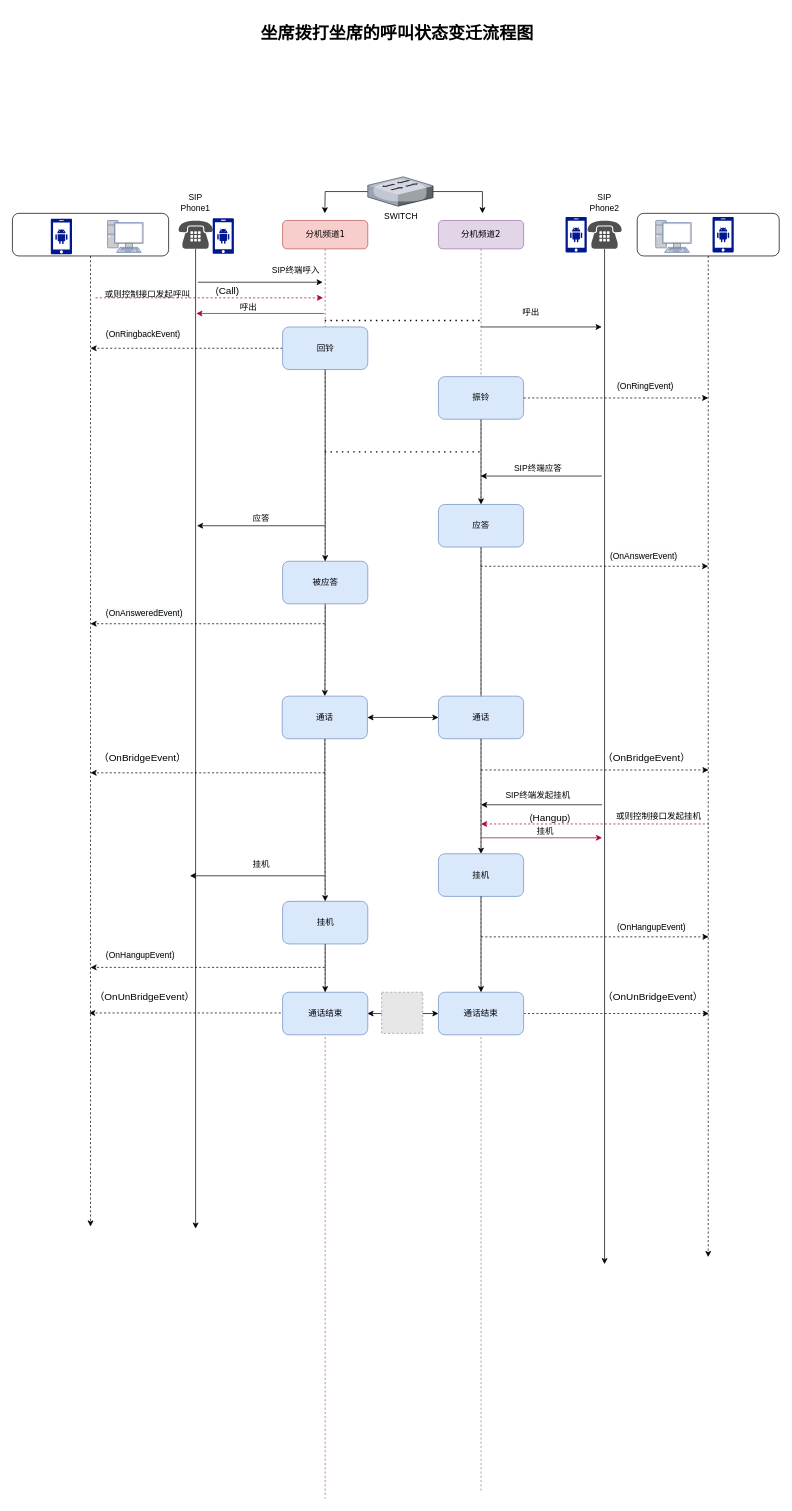
Earlier version of the draw.io diagram RCS APP/RCS-呼入状态流程图.drawio (uyuy2043/yy). Source tidied: cells renumbered, new cells numbered last; positions are measured from the earlier drawing's top-left corner, leaving out a move shared by most shapes. Both pictures are drawn from the tidied source at 71%, with x=0, y=0 at pixel (12, 19). Pictures stored in the file or linked from it are replaced by grey dashed boxes.
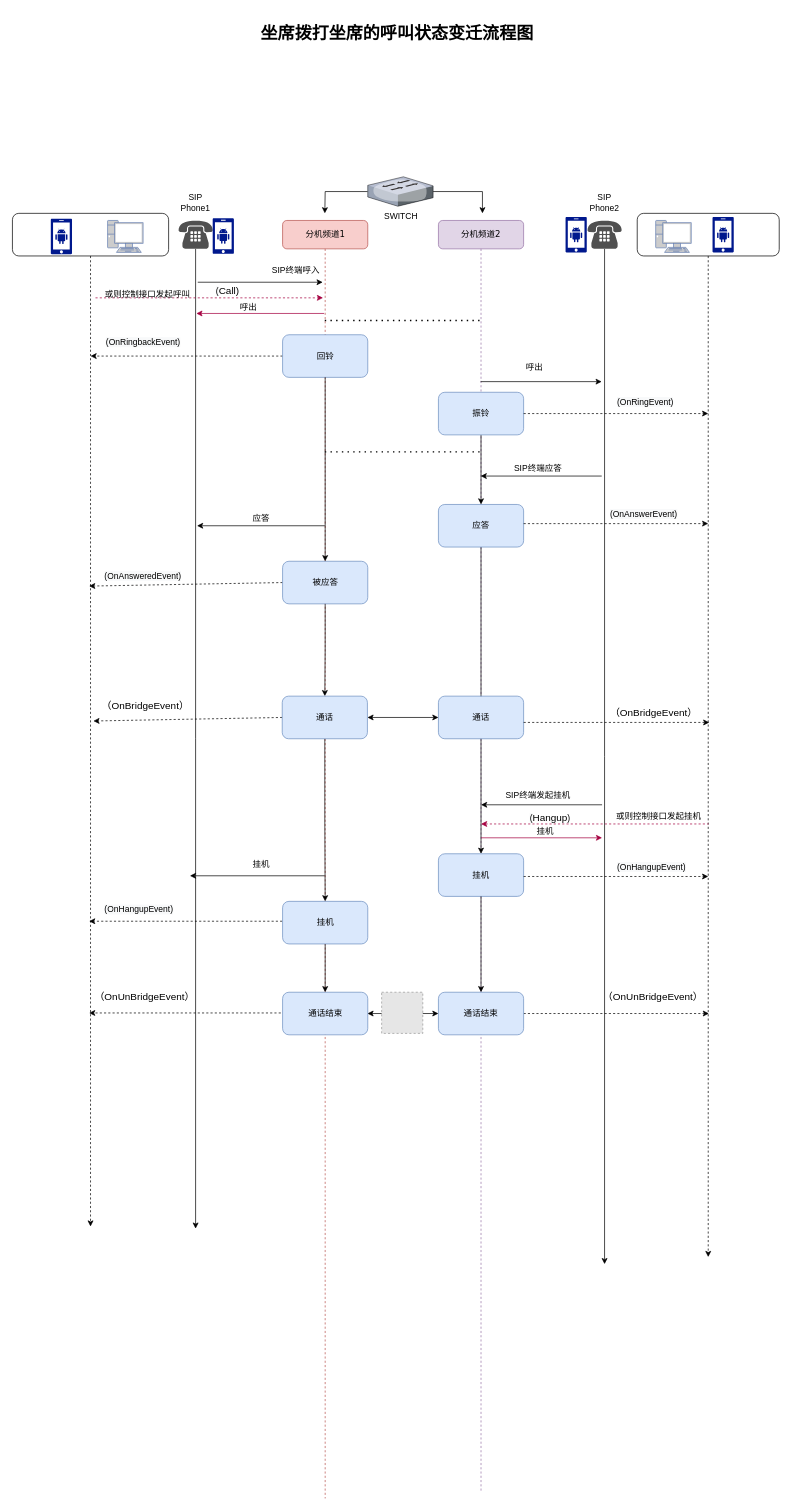
After the change.

Commit message (it also covers changes not shown here):
更新RCS-呼入状态流程图.drawio

The change refers to these unchanged cells:
```xml
<mxCell id="2" value="分机频道2" style="shape=umlLifeline;perimeter=lifelinePerimeter;whiteSpace=wrap;html=1;outlineConnect=0;rounded=1;shadow=0;comic=0;labelBackgroundColor=none;strokeWidth=1;fontFamily=Verdana;fontSize=12;align=center;fillColor=#e1d5e7;strokeColor=#9673a6;" parent="1" vertex="1">
  <mxGeometry x="600" y="283" width="120" height="1790" as="geometry" />
</mxCell>
<mxCell id="83" value="分机频道1" style="shape=umlLifeline;perimeter=lifelinePerimeter;whiteSpace=wrap;html=1;rounded=1;shadow=0;comic=0;labelBackgroundColor=none;strokeWidth=1;fontFamily=Verdana;fontSize=12;align=center;fillColor=#f8cecc;strokeColor=#b85450;" parent="1" vertex="1">
  <mxGeometry x="380.5" y="283" width="120" height="1800" as="geometry" />
</mxCell>
<mxCell id="87" value="&lt;span&gt;被应答&lt;/span&gt;" style="rounded=1;whiteSpace=wrap;html=1;fillColor=#dae8fc;strokeColor=#6c8ebf;" parent="83" vertex="1">
  <mxGeometry y="480" width="120" height="60" as="geometry" />
</mxCell>
<mxCell id="90" value="通话" style="rounded=1;whiteSpace=wrap;html=1;fillColor=#dae8fc;strokeColor=#6c8ebf;" parent="83" vertex="1">
  <mxGeometry x="-0.5" y="670" width="120" height="60" as="geometry" />
</mxCell>
```

The edit, as a diff of the source:
```diff
@@
     <mxCell id="4" value="&lt;p class=&quot;MsoNormal&quot;&gt;&lt;span style=&quot;font-size: 9.0000pt&quot;&gt;振铃&lt;/span&gt;&lt;/p&gt;" style="rounded=1;whiteSpace=wrap;html=1;fillColor=#dae8fc;strokeColor=#6c8ebf;" parent="2" vertex="1">
-      <mxGeometry y="220" width="120" height="60" as="geometry" />
+      <mxGeometry y="242" width="120" height="60" as="geometry" />
     </mxCell>
@@
-    <mxCell id="11" style="endArrow=classic;html=1;rounded=0;" parent="1" edge="1" source="2">
+    <mxCell id="11" style="endArrow=classic;html=1;rounded=0;" parent="1" edge="1">
       <mxGeometry relative="1" as="geometry">
-        <mxPoint x="830" y="433" as="targetPoint" />
+        <mxPoint x="659.4" y="510" as="sourcePoint" />
+        <mxPoint x="830" y="510" as="targetPoint" />
       </mxGeometry>
     </mxCell>
     <mxCell id="12" value="呼出" style="text;html=1;align=center;verticalAlign=middle;strokeColor=none;fillColor=none;" parent="1" vertex="1">
-      <mxGeometry x="710" y="403" width="40" height="20" as="geometry" />
+      <mxGeometry x="715" y="480" width="40" height="20" as="geometry" />
     </mxCell>
@@
     <mxCell id="17" style="edgeStyle=orthogonalEdgeStyle;rounded=0;jettySize=auto;html=1;dashed=1;" parent="1" edge="1" source="85">
       <mxGeometry relative="1" as="geometry">
-        <mxPoint x="110" y="463" as="targetPoint" />
+        <mxPoint x="110" y="474" as="targetPoint" />
       </mxGeometry>
     </mxCell>
     <mxCell id="18" value="&lt;span style=&quot;color: rgb(0, 0, 0); font-family: helvetica; font-size: 9pt; font-style: normal; font-weight: 400; letter-spacing: normal; text-align: center; text-indent: 0px; text-transform: none; word-spacing: 0px; background-color: rgb(248, 249, 250);&quot;&gt;(O&lt;/span&gt;&lt;span style=&quot;color: rgb(0, 0, 0); font-family: helvetica; font-size: 9pt; font-style: normal; font-weight: 400; letter-spacing: normal; text-align: center; text-indent: 0px; text-transform: none; word-spacing: 0px; background-color: rgb(248, 249, 250);&quot;&gt;nRingbackEvent)&lt;/span&gt;" style="text;whiteSpace=wrap;html=1;" parent="1" vertex="1">
-      <mxGeometry x="130" y="430" width="130" height="30" as="geometry" />
+      <mxGeometry x="130" y="441" width="130" height="30" as="geometry" />
     </mxCell>
     <mxCell id="19" style="edgeStyle=orthogonalEdgeStyle;rounded=0;jettySize=auto;html=1;dashed=1;" parent="1" edge="1" source="4">
       <mxGeometry relative="1" as="geometry">
-        <mxPoint x="980" y="533" as="targetPoint" />
+        <mxPoint x="980" y="555" as="targetPoint" />
       </mxGeometry>
     </mxCell>
     <mxCell id="20" value="&lt;span style=&quot;color: rgb(0 , 0 , 0) ; font-family: &amp;#34;helvetica&amp;#34; ; font-size: 9pt ; font-style: normal ; font-weight: 400 ; letter-spacing: normal ; text-align: center ; text-indent: 0px ; text-transform: none ; word-spacing: 0px ; background-color: rgb(248 , 249 , 250)&quot;&gt;(O&lt;/span&gt;&lt;span style=&quot;color: rgb(0 , 0 , 0) ; font-family: &amp;#34;helvetica&amp;#34; ; font-size: 9pt ; font-style: normal ; font-weight: 400 ; letter-spacing: normal ; text-align: center ; text-indent: 0px ; text-transform: none ; word-spacing: 0px ; background-color: rgb(248 , 249 , 250)&quot;&gt;nRingEvent)&lt;/span&gt;" style="text;whiteSpace=wrap;html=1;" parent="1" vertex="1">
-      <mxGeometry x="850" y="503" width="100" height="30" as="geometry" />
+      <mxGeometry x="850" y="525" width="100" height="30" as="geometry" />
     </mxCell>
@@
     <mxCell id="23" style="endArrow=classic;html=1;rounded=0;dashed=1;" parent="1" edge="1">
       <mxGeometry relative="1" as="geometry">
-        <mxPoint x="659.4" y="770" as="sourcePoint" />
-        <mxPoint x="980" y="770" as="targetPoint" />
+        <mxPoint x="720" y="710" as="sourcePoint" />
+        <mxPoint x="980" y="710" as="targetPoint" />
       </mxGeometry>
     </mxCell>
     <mxCell id="24" value="&lt;span style=&quot;color: rgb(0, 0, 0); font-family: helvetica; font-size: 9pt; font-style: normal; font-weight: 400; letter-spacing: normal; text-align: center; text-indent: 0px; text-transform: none; word-spacing: 0px; background-color: rgb(248, 249, 250);&quot;&gt;(&lt;/span&gt;&lt;span style=&quot;color: rgb(0, 0, 0); font-family: helvetica; font-size: 9pt; font-style: normal; font-weight: 400; letter-spacing: normal; text-align: center; text-indent: 0px; text-transform: none; word-spacing: 0px; background-color: rgb(248, 249, 250);&quot;&gt;O&lt;/span&gt;&lt;span style=&quot;color: rgb(0, 0, 0); font-family: helvetica; font-size: 9pt; font-style: normal; font-weight: 400; letter-spacing: normal; text-align: center; text-indent: 0px; text-transform: none; word-spacing: 0px; background-color: rgb(248, 249, 250);&quot;&gt;nAnswerEvent&lt;/span&gt;&lt;span style=&quot;color: rgb(0, 0, 0); font-family: helvetica; font-size: 9pt; font-style: normal; font-weight: 400; letter-spacing: normal; text-align: center; text-indent: 0px; text-transform: none; word-spacing: 0px; background-color: rgb(248, 249, 250);&quot;&gt;)&lt;/span&gt;" style="text;whiteSpace=wrap;html=1;" parent="1" vertex="1">
-      <mxGeometry x="840" y="743" width="120" height="30" as="geometry" />
+      <mxGeometry x="840" y="683" width="120" height="30" as="geometry" />
     </mxCell>
-    <mxCell id="25" style="endArrow=classic;html=1;rounded=0;dashed=1;" parent="1" edge="1">
+    <mxCell id="25" style="endArrow=classic;html=1;rounded=0;dashed=1;exitX=0;exitY=0.5;exitDx=0;exitDy=0;" parent="1" edge="1" source="87">
       <mxGeometry relative="1" as="geometry">
-        <mxPoint x="440" y="851" as="sourcePoint" />
-        <mxPoint x="110" y="851" as="targetPoint" />
+        <mxPoint x="108" y="798" as="targetPoint" />
       </mxGeometry>
     </mxCell>
     <mxCell id="26" value="&lt;span style=&quot;color: rgb(0 , 0 , 0) ; font-family: &amp;#34;helvetica&amp;#34; ; font-size: 9pt ; font-style: normal ; font-weight: 400 ; letter-spacing: normal ; text-align: center ; text-indent: 0px ; text-transform: none ; word-spacing: 0px ; background-color: rgb(248 , 249 , 250)&quot;&gt;(&lt;/span&gt;&lt;span style=&quot;color: rgb(0 , 0 , 0) ; font-family: &amp;#34;helvetica&amp;#34; ; font-size: 9pt ; font-style: normal ; font-weight: 400 ; letter-spacing: normal ; text-align: center ; text-indent: 0px ; text-transform: none ; word-spacing: 0px ; background-color: rgb(248 , 249 , 250)&quot;&gt;O&lt;/span&gt;&lt;span style=&quot;color: rgb(0 , 0 , 0) ; font-family: &amp;#34;helvetica&amp;#34; ; font-size: 9pt ; font-style: normal ; font-weight: 400 ; letter-spacing: normal ; text-align: center ; text-indent: 0px ; text-transform: none ; word-spacing: 0px ; background-color: rgb(248 , 249 , 250)&quot;&gt;nAnsweredEvent&lt;/span&gt;&lt;span style=&quot;color: rgb(0 , 0 , 0) ; font-family: &amp;#34;helvetica&amp;#34; ; font-size: 9pt ; font-style: normal ; font-weight: 400 ; letter-spacing: normal ; text-align: center ; text-indent: 0px ; text-transform: none ; word-spacing: 0px ; background-color: rgb(248 , 249 , 250)&quot;&gt;)&lt;/span&gt;" style="text;whiteSpace=wrap;html=1;" parent="1" vertex="1">
-      <mxGeometry x="130" y="823" width="170" height="30" as="geometry" />
+      <mxGeometry x="128" y="770" width="170" height="30" as="geometry" />
     </mxCell>
@@
     <mxCell id="41" style="endArrow=classic;html=1;rounded=0;dashed=1;" parent="1" edge="1">
       <mxGeometry relative="1" as="geometry">
-        <mxPoint x="660" y="1292" as="sourcePoint" />
-        <mxPoint x="980.5" y="1292" as="targetPoint" />
+        <mxPoint x="720" y="1207" as="sourcePoint" />
+        <mxPoint x="980" y="1207" as="targetPoint" />
       </mxGeometry>
     </mxCell>
     <mxCell id="42" value="&lt;span style=&quot;color: rgb(0, 0, 0); font-family: helvetica; font-size: 9pt; font-style: normal; font-weight: 400; letter-spacing: normal; text-align: center; text-indent: 0px; text-transform: none; word-spacing: 0px; background-color: rgb(248, 249, 250);&quot;&gt;(&lt;/span&gt;&lt;span style=&quot;color: rgb(0, 0, 0); font-family: helvetica; font-size: 9pt; font-style: normal; font-weight: 400; letter-spacing: normal; text-align: center; text-indent: 0px; text-transform: none; word-spacing: 0px; background-color: rgb(248, 249, 250);&quot;&gt;O&lt;/span&gt;&lt;span style=&quot;color: rgb(0, 0, 0); font-family: helvetica; font-size: 9pt; font-style: normal; font-weight: 400; letter-spacing: normal; text-align: center; text-indent: 0px; text-transform: none; word-spacing: 0px; background-color: rgb(248, 249, 250);&quot;&gt;nHangupEvent&lt;/span&gt;&lt;span style=&quot;color: rgb(0, 0, 0); font-family: helvetica; font-size: 9pt; font-style: normal; font-weight: 400; letter-spacing: normal; text-align: center; text-indent: 0px; text-transform: none; word-spacing: 0px; background-color: rgb(248, 249, 250);&quot;&gt;)&lt;/span&gt;" style="text;whiteSpace=wrap;html=1;" parent="1" vertex="1">
-      <mxGeometry x="850" y="1265" width="120" height="30" as="geometry" />
+      <mxGeometry x="849.5" y="1180" width="120" height="30" as="geometry" />
     </mxCell>
     <mxCell id="43" style="endArrow=classic;html=1;rounded=0;dashed=1;" parent="1" edge="1">
       <mxGeometry relative="1" as="geometry">
-        <mxPoint x="440" y="1335" as="sourcePoint" />
-        <mxPoint x="110" y="1335" as="targetPoint" />
+        <mxPoint x="380" y="1270" as="sourcePoint" />
+        <mxPoint x="108" y="1270" as="targetPoint" />
       </mxGeometry>
     </mxCell>
     <mxCell id="44" value="&lt;span style=&quot;color: rgb(0, 0, 0); font-family: helvetica; font-size: 9pt; font-style: normal; font-weight: 400; letter-spacing: normal; text-align: center; text-indent: 0px; text-transform: none; word-spacing: 0px; background-color: rgb(248, 249, 250);&quot;&gt;(&lt;/span&gt;&lt;span style=&quot;color: rgb(0, 0, 0); font-family: helvetica; font-size: 9pt; font-style: normal; font-weight: 400; letter-spacing: normal; text-align: center; text-indent: 0px; text-transform: none; word-spacing: 0px; background-color: rgb(248, 249, 250);&quot;&gt;O&lt;/span&gt;&lt;span style=&quot;color: rgb(0, 0, 0); font-family: helvetica; font-size: 9pt; font-style: normal; font-weight: 400; letter-spacing: normal; text-align: center; text-indent: 0px; text-transform: none; word-spacing: 0px; background-color: rgb(248, 249, 250);&quot;&gt;nHangupEvent&lt;/span&gt;&lt;span style=&quot;color: rgb(0, 0, 0); font-family: helvetica; font-size: 9pt; font-style: normal; font-weight: 400; letter-spacing: normal; text-align: center; text-indent: 0px; text-transform: none; word-spacing: 0px; background-color: rgb(248, 249, 250);&quot;&gt;)&lt;/span&gt;" style="text;whiteSpace=wrap;html=1;" parent="1" vertex="1">
-      <mxGeometry x="130" y="1305" width="120" height="30" as="geometry" />
+      <mxGeometry x="128" y="1240" width="120" height="30" as="geometry" />
     </mxCell>
     <mxCell id="45" style="endArrow=classic;html=1;rounded=0;dashed=1;" parent="1" edge="1">
       <mxGeometry relative="1" as="geometry">
-        <mxPoint x="660" y="1057" as="sourcePoint" />
-        <mxPoint x="980.5" y="1057" as="targetPoint" />
+        <mxPoint x="720" y="990" as="sourcePoint" />
+        <mxPoint x="981.5" y="990" as="targetPoint" />
       </mxGeometry>
     </mxCell>
-    <mxCell id="46" style="endArrow=classic;html=1;rounded=0;dashed=1;" parent="1" edge="1">
+    <mxCell id="46" style="endArrow=classic;html=1;rounded=0;dashed=1;exitX=0;exitY=0.5;exitDx=0;exitDy=0;" parent="1" edge="1" source="90">
       <mxGeometry relative="1" as="geometry">
-        <mxPoint x="440" y="1061" as="sourcePoint" />
-        <mxPoint x="110" y="1061" as="targetPoint" />
+        <mxPoint x="114" y="988" as="targetPoint" />
       </mxGeometry>
     </mxCell>
     <mxCell id="47" value="&lt;p class=&quot;MsoNormal&quot;&gt;&lt;span style=&quot;font-size: 10.5000pt&quot;&gt;（On&lt;/span&gt;&lt;span style=&quot;font-size: 10.5000pt&quot;&gt;BridgeEvent）&lt;/span&gt;&lt;/p&gt;" style="text;whiteSpace=wrap;html=1;" parent="1" vertex="1">
-      <mxGeometry x="830" y="1013" width="120" height="50" as="geometry" />
+      <mxGeometry x="840" y="950" width="120" height="50" as="geometry" />
     </mxCell>
     <mxCell id="48" value="&lt;p class=&quot;MsoNormal&quot;&gt;&lt;span style=&quot;font-size: 10.5000pt&quot;&gt;（On&lt;/span&gt;&lt;span style=&quot;font-size: 10.5000pt&quot;&gt;BridgeEvent）&lt;/span&gt;&lt;/p&gt;" style="text;whiteSpace=wrap;html=1;" parent="1" vertex="1">
-      <mxGeometry x="120" y="1013" width="120" height="50" as="geometry" />
+      <mxGeometry x="124" y="940" width="120" height="50" as="geometry" />
     </mxCell>
@@
     <mxCell id="85" value="&lt;p class=&quot;MsoNormal&quot;&gt;&lt;span style=&quot;font-size: 9.0000pt&quot;&gt;回铃&lt;/span&gt;&lt;/p&gt;" style="rounded=1;whiteSpace=wrap;html=1;fillColor=#dae8fc;strokeColor=#6c8ebf;verticalAlign=middle;" parent="83" vertex="1">
-      <mxGeometry y="150" width="120" height="60" as="geometry" />
+      <mxGeometry y="161" width="120" height="60" as="geometry" />
     </mxCell>
```
